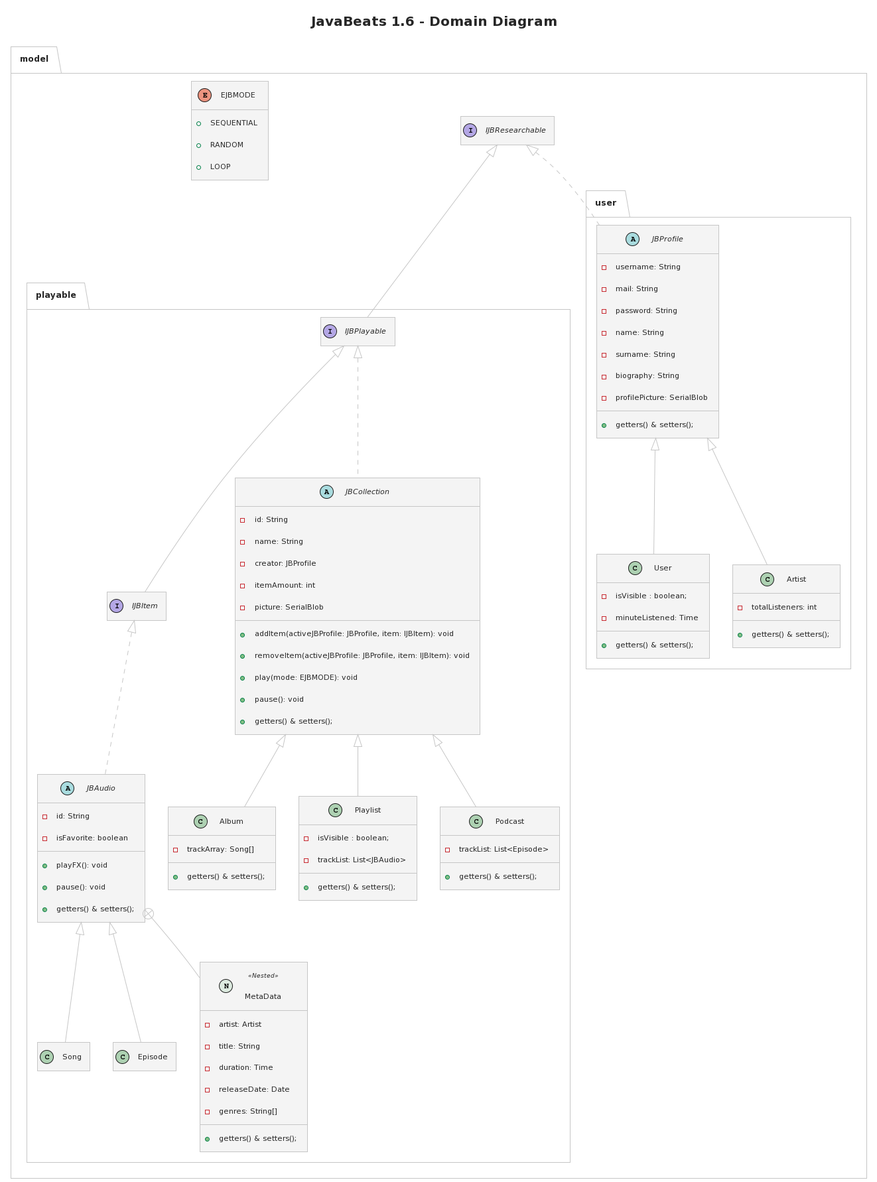
The PlantUML diagram doc/Model/Model_UML.png in IngSW-unipv/Progetto-B24, before a commit. The source it was exported from:
```plantuml
@startuml
!theme carbon-gray

title JavaBeats 1.6 - Domain Diagram

!true = 1
!false = 0
!nesteds = true
!compositions = false

package model{
  interface IJBResearchable{
  }

  enum EJBMODE{
    + SEQUENTIAL
    + RANDOM
    + LOOP
  }

  package playable{
    interface IJBPlayable extends model.IJBResearchable{
    }

    interface IJBItem extends IJBPlayable{
    }

    abstract class JBAudio implements IJBItem{
      - id: String
      - isFavorite: boolean
      + playFX(): void
      + pause(): void
      + getters() & setters();
    }

    class Song extends JBAudio{
    }

    class Episode extends JBAudio{
    }

    class MetaData << (N, #DDEBE0) Nested >> {
      - artist: Artist
      - title: String
      - duration: Time
      - releaseDate: Date
      - genres: String[]
      + getters() & setters();
    }

    abstract class JBCollection implements IJBPlayable{
      - id: String
      - name: String
      - creator: JBProfile
      - itemAmount: int
      - picture: SerialBlob
      + addItem(activeJBProfile: JBProfile, item: IJBItem): void
      + removeItem(activeJBProfile: JBProfile, item: IJBItem): void
      + play(mode: EJBMODE): void
      + pause(): void
      + getters() & setters();
    }

    class Album extends JBCollection{
      - trackArray: Song[]
      + getters() & setters();
    }

    class Playlist extends JBCollection{
      - isVisible : boolean;
      - trackList: List<JBAudio>
      + getters() & setters();
    }

    class Podcast extends JBCollection{
      - trackList: List<Episode>
      + getters() & setters();
    }
  }

  package user{
    abstract class JBProfile implements model.IJBResearchable{
      - username: String
      - mail: String
      - password: String
      - name: String
      - surname: String
      - biography: String
      - profilePicture: SerialBlob
      + getters() & setters();
    }

    class User extends JBProfile{
      - isVisible : boolean;
      - minuteListened: Time
      + getters() & setters();
    }

    class Artist extends JBProfile{
      - totalListeners: int
      + getters() & setters();
    }

  }
}

!if (compositions)
  Album *-- Song
  Playlist *-- JBAudio
  Podcast *-- Episode
!endif

!if (nesteds)
  JBAudio +-- MetaData
!endif

hide empty fields
hide empty methods
@enduml
```
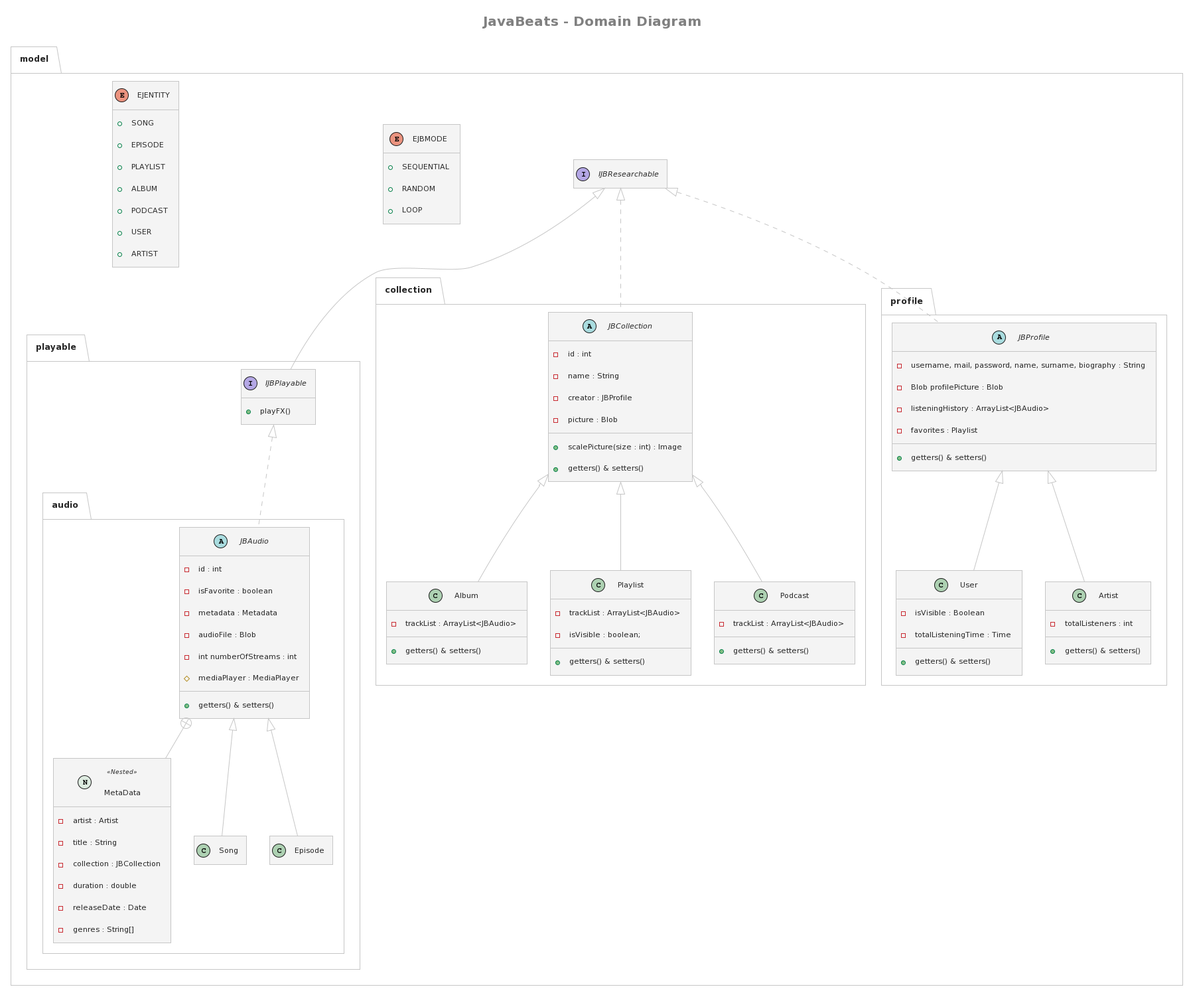
The same file after the commit.

What changed in the source:
```diff
@@ -1,116 +1,169 @@
 @startuml
 !theme carbon-gray
 
-title JavaBeats 1.6 - Domain Diagram
+title  <color:grey>JavaBeats - Domain Diagram</color>
 
 !true = 1
 !false = 0
-!nesteds = true
-!compositions = false
+!showNesteds = true
+!showCompositions = false
+!showAttributes = true
+!showMethods = true
 
 package model{
-  interface IJBResearchable{
-  }
-
-  enum EJBMODE{
-    + SEQUENTIAL
-    + RANDOM
-    + LOOP
-  }
-
-  package playable{
-    interface IJBPlayable extends model.IJBResearchable{
+    interface IJBResearchable{
     }
 
-    interface IJBItem extends IJBPlayable{
+    enum EJBMODE{
+        + SEQUENTIAL
+        + RANDOM
+        + LOOP
     }
 
-    abstract class JBAudio implements IJBItem{
-      - id: String
-      - isFavorite: boolean
-      + playFX(): void
-      + pause(): void
-      + getters() & setters();
+    enum EJENTITY{
+        + SONG
+        + EPISODE
+        + PLAYLIST
+        + ALBUM
+        + PODCAST
+        + USER
+        + ARTIST
     }
 
-    class Song extends JBAudio{
+    package playable{
+
+        interface IJBPlayable extends model.IJBResearchable{
+            !if (showMethods)
+                + playFX()
+            !endif
+        }
+
+        package audio{
+
+            abstract class JBAudio implements model.playable.IJBPlayable{
+                !if (showAttributes)
+                    - id : int
+                    - isFavorite : boolean
+                    - metadata : Metadata
+                    - audioFile : Blob
+                    - int numberOfStreams : int
+                    # mediaPlayer : MediaPlayer
+                !endif
+                !if (showMethods)
+                    + getters() & setters()
+                !endif
+            }
+                class MetaData << (N, #DDEBE0) Nested >> {
+                    !if (showAttributes)
+                        - artist : Artist
+                        - title : String
+                        - collection : JBCollection
+                        - duration : double
+                        - releaseDate : Date
+                        - genres : String[]
+                    !endif
+                }
+
+            class Song extends JBAudio{
+            }
+
+            class Episode extends JBAudio{
+            }
+        }
     }
 
-    class Episode extends JBAudio{
+    package collection{
+
+        abstract class JBCollection implements model.IJBResearchable{
+            !if (showAttributes)
+                - id : int
+                - name : String
+                - creator : JBProfile
+                - picture : Blob
+            !endif
+            !if (showMethods)
+                + scalePicture(size : int) : Image
+                + getters() & setters()
+            !endif
+        }
+
+        class Album extends JBCollection{
+            !if (showAttributes)
+                - trackList : ArrayList<JBAudio>
+            !endif
+            !if (showMethods)
+                + getters() & setters()
+            !endif
+        }
+
+        class Playlist extends JBCollection{
+            !if (showAttributes)
+                - trackList : ArrayList<JBAudio>
+                - isVisible : boolean;
+            !endif
+            !if (showMethods)
+                + getters() & setters()
+            !endif
+        }
+
+        class Podcast extends JBCollection{
+            !if (showAttributes)
+                - trackList : ArrayList<JBAudio>
+            !endif
+            !if (showMethods)
+                + getters() & setters()
+            !endif
+        }
     }
 
-    class MetaData << (N, #DDEBE0) Nested >> {
-      - artist: Artist
-      - title: String
-      - duration: Time
-      - releaseDate: Date
-      - genres: String[]
-      + getters() & setters();
+    package profile{
+
+        abstract class JBProfile implements model.IJBResearchable{
+            !if (showAttributes)
+                - username, mail, password, name, surname, biography : String
+                - Blob profilePicture : Blob
+                - listeningHistory : ArrayList<JBAudio>
+                - favorites : Playlist
+            !endif
+            !if (showMethods)
+                + getters() & setters()
+            !endif
+        }
+
+        class User extends JBProfile{
+            !if (showAttributes)
+                - isVisible : Boolean
+                - totalListeningTime : Time
+            !endif
+            !if (showMethods)
+                + getters() & setters()
+            !endif
+        }
+
+        class Artist extends JBProfile{
+            !if (showAttributes)
+                - totalListeners : int
+            !endif
+            !if (showMethods)
+                + getters() & setters()
+            !endif
+        }
+
     }
-
-    abstract class JBCollection implements IJBPlayable{
-      - id: String
-      - name: String
-      - creator: JBProfile
-      - itemAmount: int
-      - picture: SerialBlob
-      + addItem(activeJBProfile: JBProfile, item: IJBItem): void
-      + removeItem(activeJBProfile: JBProfile, item: IJBItem): void
-      + play(mode: EJBMODE): void
-      + pause(): void
-      + getters() & setters();
-    }
-
-    class Album extends JBCollection{
-      - trackArray: Song[]
-      + getters() & setters();
-    }
-
-    class Playlist extends JBCollection{
-      - isVisible : boolean;
-      - trackList: List<JBAudio>
-      + getters() & setters();
-    }
-
-    class Podcast extends JBCollection{
-      - trackList: List<Episode>
-      + getters() & setters();
-    }
-  }
-
-  package user{
-    abstract class JBProfile implements model.IJBResearchable{
-      - username: String
-      - mail: String
-      - password: String
-      - name: String
-      - surname: String
-      - biography: String
-      - profilePicture: SerialBlob
-      + getters() & setters();
-    }
-
-    class User extends JBProfile{
-      - isVisible : boolean;
-      - minuteListened: Time
-      + getters() & setters();
-    }
-
-    class Artist extends JBProfile{
-      - totalListeners: int
-      + getters() & setters();
-    }
-
-  }
 }
 
-!if (compositions)
-  Album *-- Song
+!if (showCompositions)
+  Album *-- JBAudio
   Playlist *-- JBAudio
-  Podcast *-- Episode
+  Podcast *-- JBAudio
+  JBProfile *-- JBAudio
+  JBProfile *-- Playlist
+  JBCollection *-- JBProfile
+  MetaData *-- Artist
+  MetaData *-- JBCollection
 !endif
 
-!if (nesteds)
+!if (showNesteds)
   JBAudio +-- MetaData
 !endif
 
```
